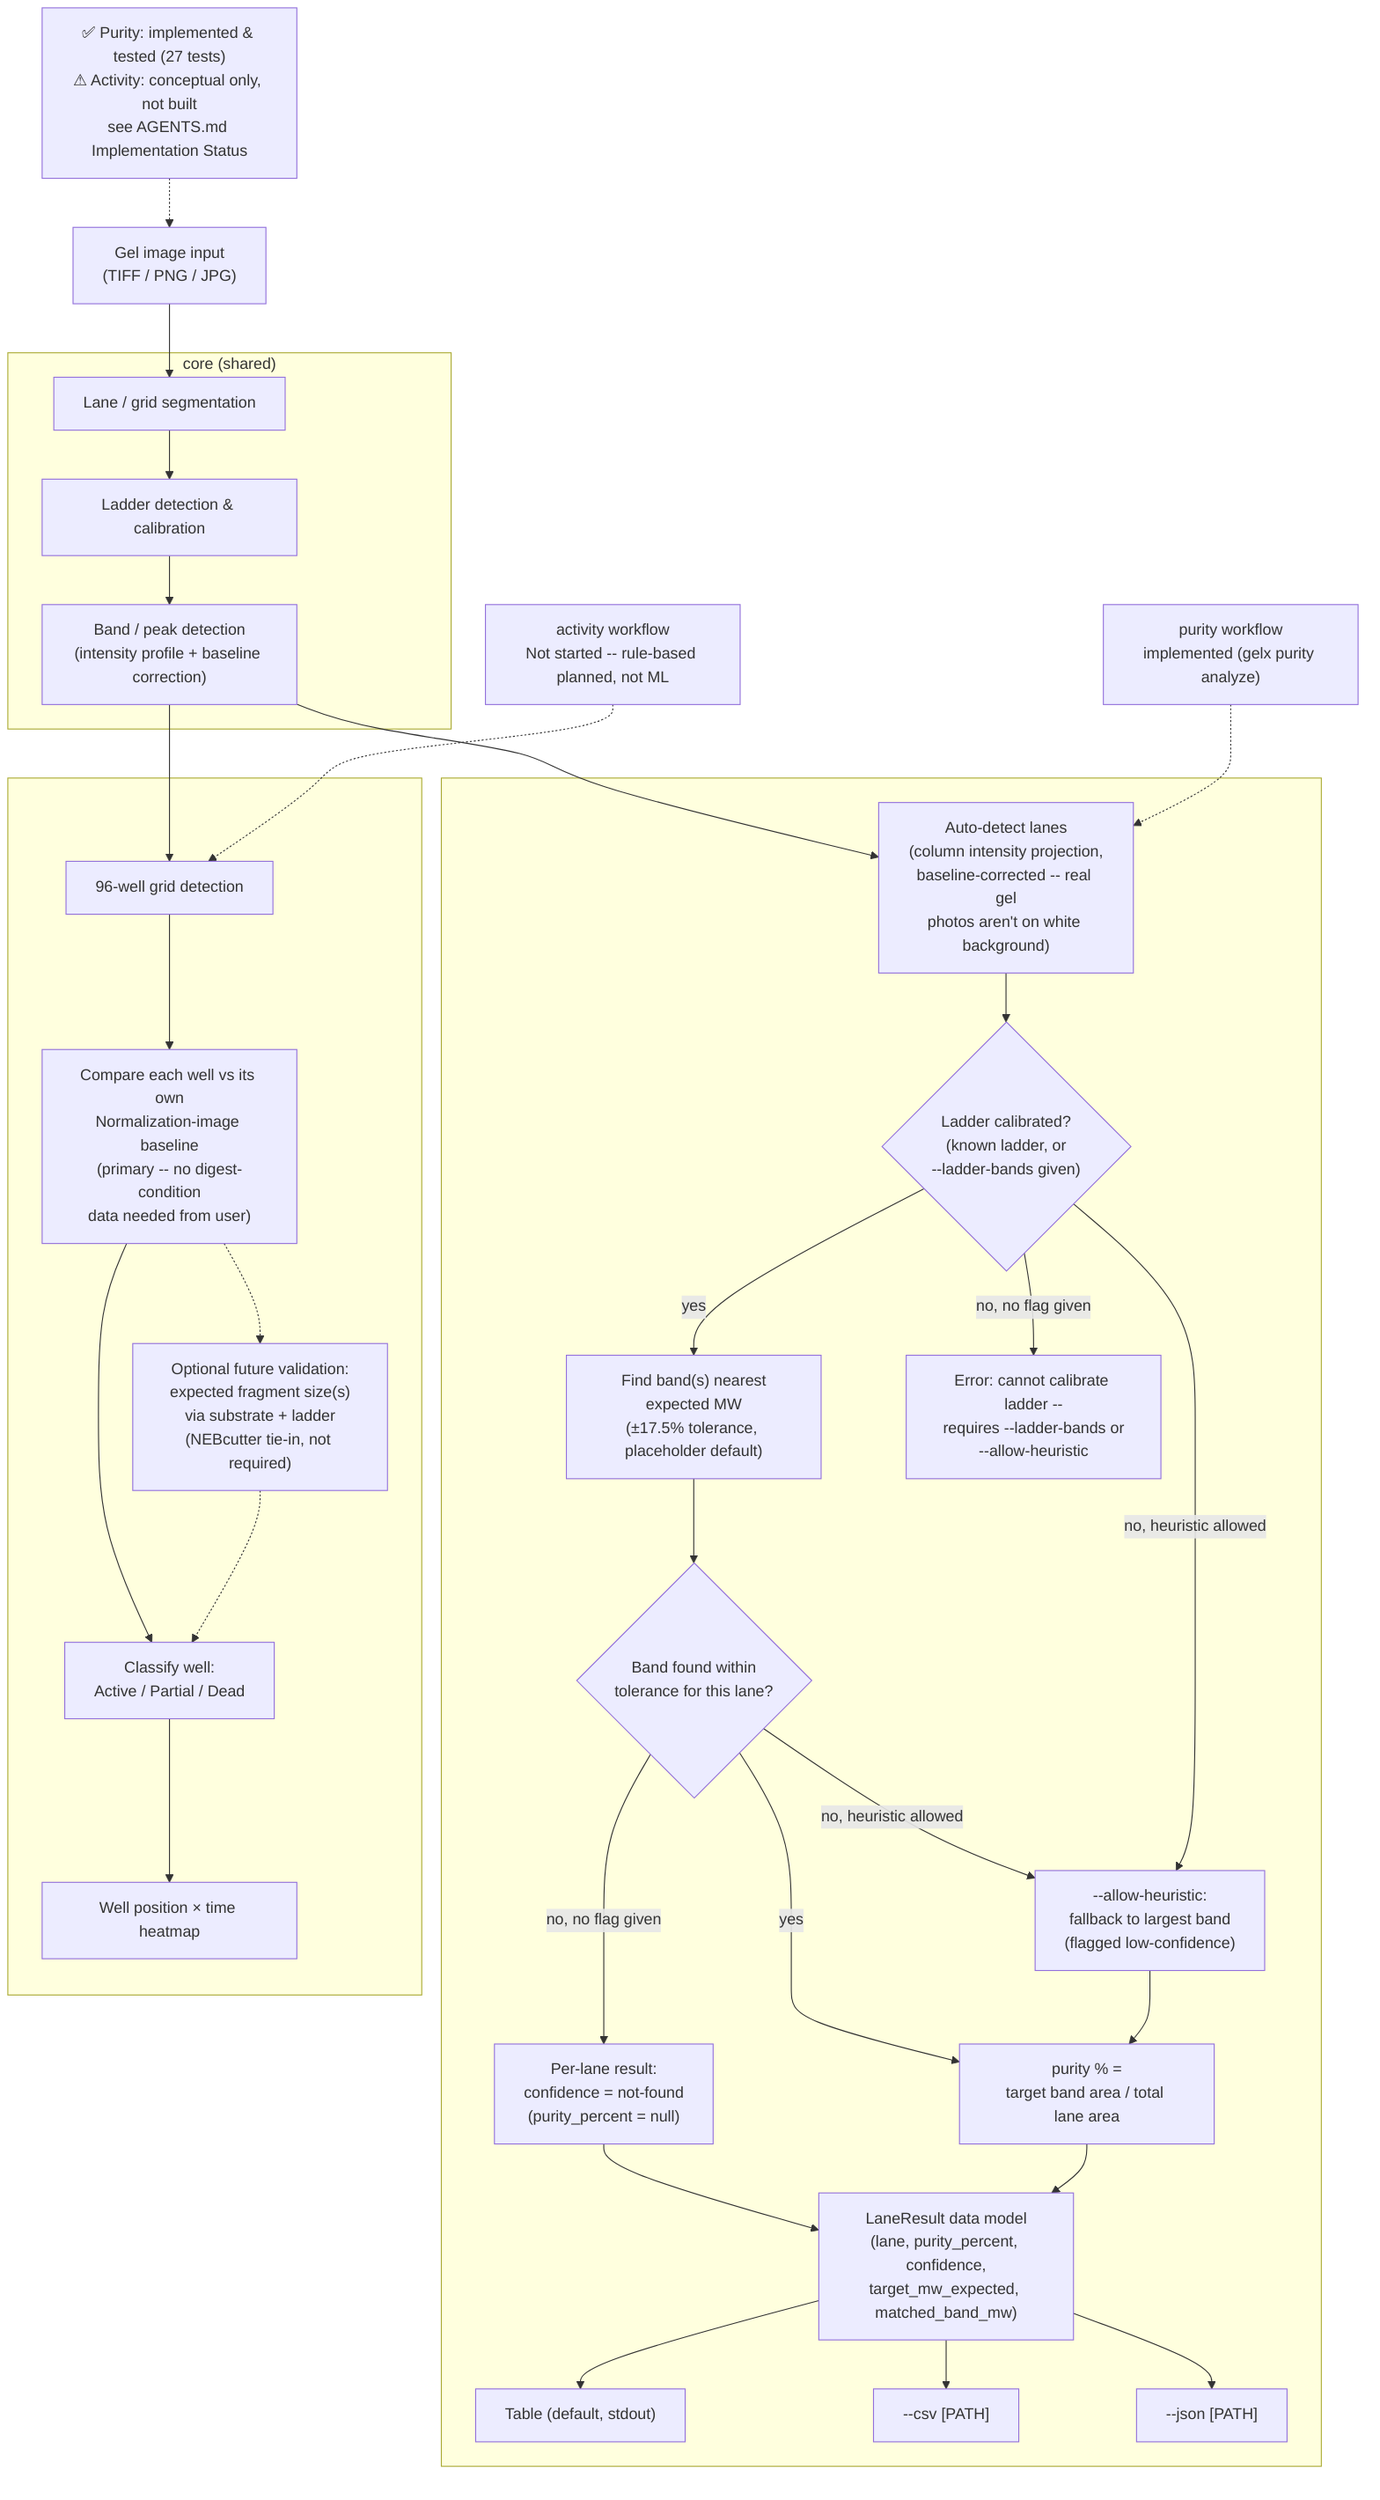
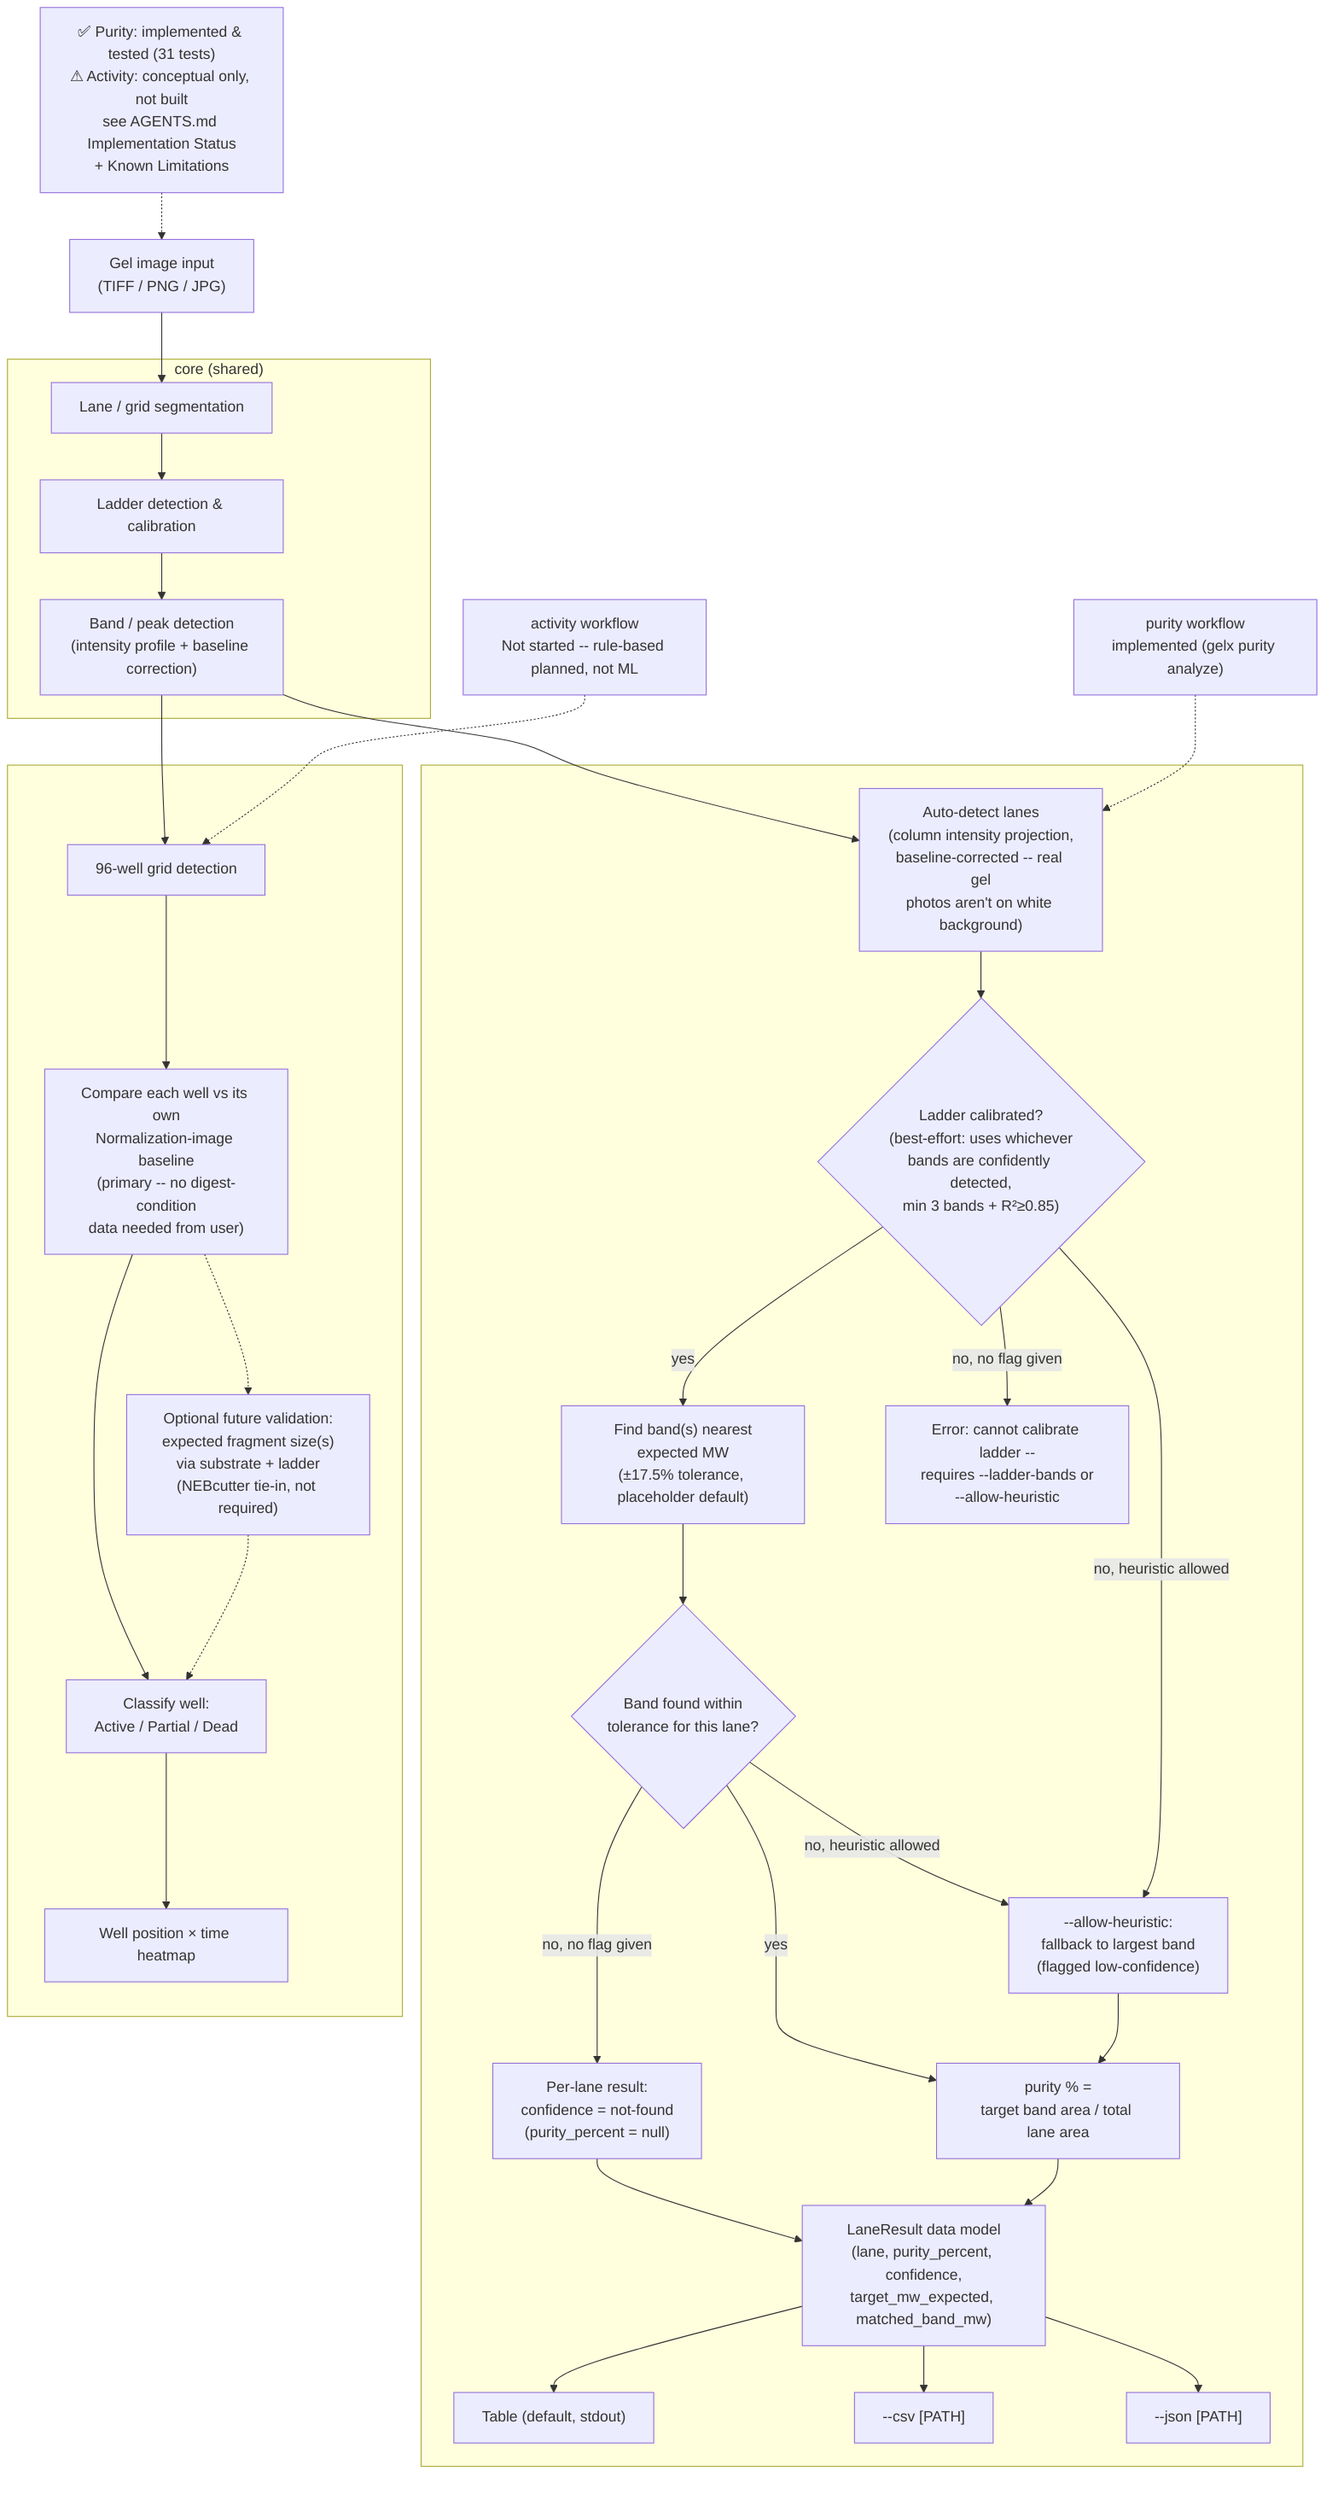
%% program-flow.mmd
%% NOTE: Reflects the purity workflow as actually implemented and tested
%% (src/gel_extractor/, 27 tests passing) plus the activity workflow's
%% still-conceptual design (see AGENTS.md "Design Decisions" and
%% "Implementation Status"). Not a full class/sequence diagram -- still a
%% data-flow sketch, just one grounded in working code on the purity side.

flowchart TD
-     Note["✅ Purity: implemented & tested (27 tests)<br/>⚠ Activity: conceptual only, not built<br/>see AGENTS.md Implementation Status"]
+     Note["✅ Purity: implemented & tested (31 tests)<br/>⚠ Activity: conceptual only, not built<br/>see AGENTS.md Implementation Status<br/>+ Known Limitations"]

    Input["Gel image input<br/>(TIFF / PNG / JPG)"]

    subgraph Core["core (shared)"]
        Seg["Lane / grid segmentation"]
        Ladder["Ladder detection & calibration"]
        BandDet["Band / peak detection<br/>(intensity profile + baseline correction)"]
    end

    PurityLabel["purity workflow<br/>implemented (gelx purity analyze)"]
    subgraph PurityWF[" "]
        AutoLane["Auto-detect lanes<br/>(column intensity projection,<br/>baseline-corrected -- real gel<br/>photos aren't on white background)"]
-         LadderCal{"Ladder calibrated?<br/>(known ladder, or<br/>--ladder-bands given)"}
+         LadderCal{"Ladder calibrated?<br/>(best-effort: uses whichever<br/>bands are confidently detected,<br/>min 3 bands + R²≥0.85)"}
        MWMatch["Find band(s) nearest<br/>expected MW<br/>(±17.5% tolerance, placeholder default)"]
        MatchFound{"Band found within<br/>tolerance for this lane?"}
        NotFound["Per-lane result:<br/>confidence = not-found<br/>(purity_percent = null)"]
        Heuristic["--allow-heuristic:<br/>fallback to largest band<br/>(flagged low-confidence)"]
        ErrorOut["Error: cannot calibrate ladder --<br/>requires --ladder-bands or<br/>--allow-heuristic"]
        PurityCalc["purity % =<br/>target band area / total lane area"]
        LaneResult["LaneResult data model<br/>(lane, purity_percent, confidence,<br/>target_mw_expected, matched_band_mw)"]
        TableOut["Table (default, stdout)"]
        CsvOut["--csv [PATH]"]
        JsonOut["--json [PATH]"]
    end

    ActivityLabel["activity workflow<br/>Not started -- rule-based planned, not ML"]
    subgraph ActivityWF[" "]
        GridDet["96-well grid detection"]
        Baseline["Compare each well vs its own<br/>Normalization-image baseline<br/>(primary -- no digest-condition<br/>data needed from user)"]
        ExpectedFrag["Optional future validation:<br/>expected fragment size(s)<br/>via substrate + ladder<br/>(NEBcutter tie-in, not required)"]
        Classify["Classify well:<br/>Active / Partial / Dead"]
        Heatmap["Well position × time heatmap"]
    end

    Note -.-> Input
    Input --> Seg --> Ladder --> BandDet

    BandDet --> AutoLane
    BandDet --> GridDet
    PurityLabel -.-> AutoLane
    ActivityLabel -.-> GridDet
    AutoLane --> LadderCal
    LadderCal -- yes --> MWMatch --> MatchFound
    MatchFound -- yes --> PurityCalc
    MatchFound -- "no, heuristic allowed" --> Heuristic --> PurityCalc
    MatchFound -- "no, no flag given" --> NotFound --> LaneResult
    LadderCal -- "no, heuristic allowed" --> Heuristic
    LadderCal -- "no, no flag given" --> ErrorOut
    PurityCalc --> LaneResult
    LaneResult --> TableOut
    LaneResult --> CsvOut
    LaneResult --> JsonOut
    GridDet --> Baseline --> Classify --> Heatmap
    Baseline -.-> ExpectedFrag -.-> Classify
